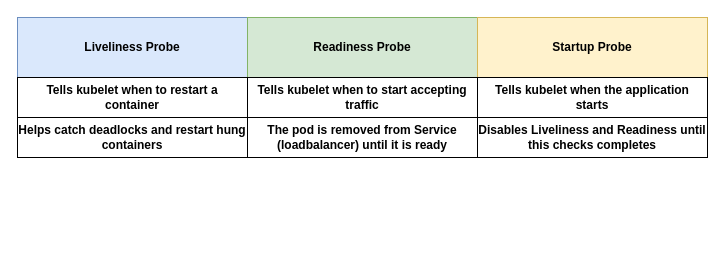
Earlier version of the draw.io diagram probes/diagram.drawio (karankumarshreds/KubernetesMicroservices). Source tidied: cells renumbered, new cells numbered last; positions are measured from the earlier drawing's top-left corner, leaving out a move shared by most shapes. Both pictures are drawn from the tidied source at 100%, with x=0, y=0 at pixel (17, 17).
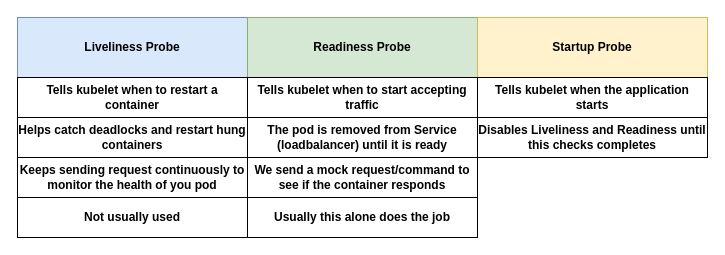
The same page after the edit.

Diff of the diagram source:
```diff
@@
 <mxGraphModel>
   <root>
     <mxCell id="0" />
     <mxCell id="1" parent="0" />
     <mxCell id="2" value="&lt;b&gt;Liveliness Probe&lt;/b&gt;" style="rounded=0;whiteSpace=wrap;html=1;fillColor=#dae8fc;strokeColor=#6c8ebf;" parent="1" vertex="1">
       <mxGeometry width="230" height="60" as="geometry" />
     </mxCell>
     <mxCell id="3" value="&lt;b&gt;Readiness Probe&lt;/b&gt;" style="rounded=0;whiteSpace=wrap;html=1;fillColor=#d5e8d4;strokeColor=#82b366;" parent="1" vertex="1">
       <mxGeometry x="230" width="230" height="60" as="geometry" />
     </mxCell>
     <mxCell id="4" value="&lt;b&gt;Tells kubelet when to restart a container&lt;/b&gt;" style="rounded=0;whiteSpace=wrap;html=1;" parent="1" vertex="1">
       <mxGeometry y="60" width="230" height="40" as="geometry" />
     </mxCell>
     <mxCell id="5" value="&lt;b&gt;Tells kubelet when to start accepting traffic&lt;/b&gt;" style="rounded=0;whiteSpace=wrap;html=1;" parent="1" vertex="1">
       <mxGeometry x="230" y="60" width="230" height="40" as="geometry" />
     </mxCell>
     <mxCell id="6" value="&lt;b&gt;Startup Probe&lt;/b&gt;" style="rounded=0;whiteSpace=wrap;html=1;fillColor=#fff2cc;strokeColor=#d6b656;" parent="1" vertex="1">
       <mxGeometry x="460" width="230" height="60" as="geometry" />
     </mxCell>
     <mxCell id="7" value="&lt;b&gt;Tells kubelet when the application starts&lt;/b&gt;" style="rounded=0;whiteSpace=wrap;html=1;" parent="1" vertex="1">
       <mxGeometry x="460" y="60" width="230" height="40" as="geometry" />
     </mxCell>
     <mxCell id="8" value="&lt;b&gt;Disables Liveliness and Readiness until this checks completes&lt;/b&gt;" style="rounded=0;whiteSpace=wrap;html=1;" parent="1" vertex="1">
       <mxGeometry x="460" y="100" width="230" height="40" as="geometry" />
     </mxCell>
     <mxCell id="9" value="&lt;b&gt;Helps catch deadlocks and restart hung containers&lt;/b&gt;" style="rounded=0;whiteSpace=wrap;html=1;" parent="1" vertex="1">
       <mxGeometry y="100" width="230" height="40" as="geometry" />
     </mxCell>
     <mxCell id="10" value="&lt;b&gt;The pod is removed from Service (loadbalancer) until it is ready&lt;/b&gt;" style="rounded=0;whiteSpace=wrap;html=1;" parent="1" vertex="1">
       <mxGeometry x="230" y="100" width="230" height="40" as="geometry" />
     </mxCell>
+    <mxCell id="11" value="&lt;b&gt;Keeps sending request continuously to monitor the health of you pod&lt;/b&gt;" style="rounded=0;whiteSpace=wrap;html=1;" parent="1" vertex="1">
+      <mxGeometry y="140" width="230" height="40" as="geometry" />
+    </mxCell>
+    <mxCell id="12" value="&lt;b&gt;Not usually used&lt;/b&gt;" style="rounded=0;whiteSpace=wrap;html=1;" parent="1" vertex="1">
+      <mxGeometry y="180" width="230" height="40" as="geometry" />
+    </mxCell>
+    <mxCell id="13" value="&lt;b&gt;Usually this alone does the job&lt;/b&gt;" style="rounded=0;whiteSpace=wrap;html=1;" parent="1" vertex="1">
+      <mxGeometry x="230" y="180" width="230" height="40" as="geometry" />
+    </mxCell>
+    <mxCell id="14" value="&lt;b&gt;We send a mock request/command to see if the container responds&lt;/b&gt;" style="rounded=0;whiteSpace=wrap;html=1;" parent="1" vertex="1">
+      <mxGeometry x="230" y="140" width="230" height="40" as="geometry" />
+    </mxCell>
   </root>
 </mxGraphModel>
```
